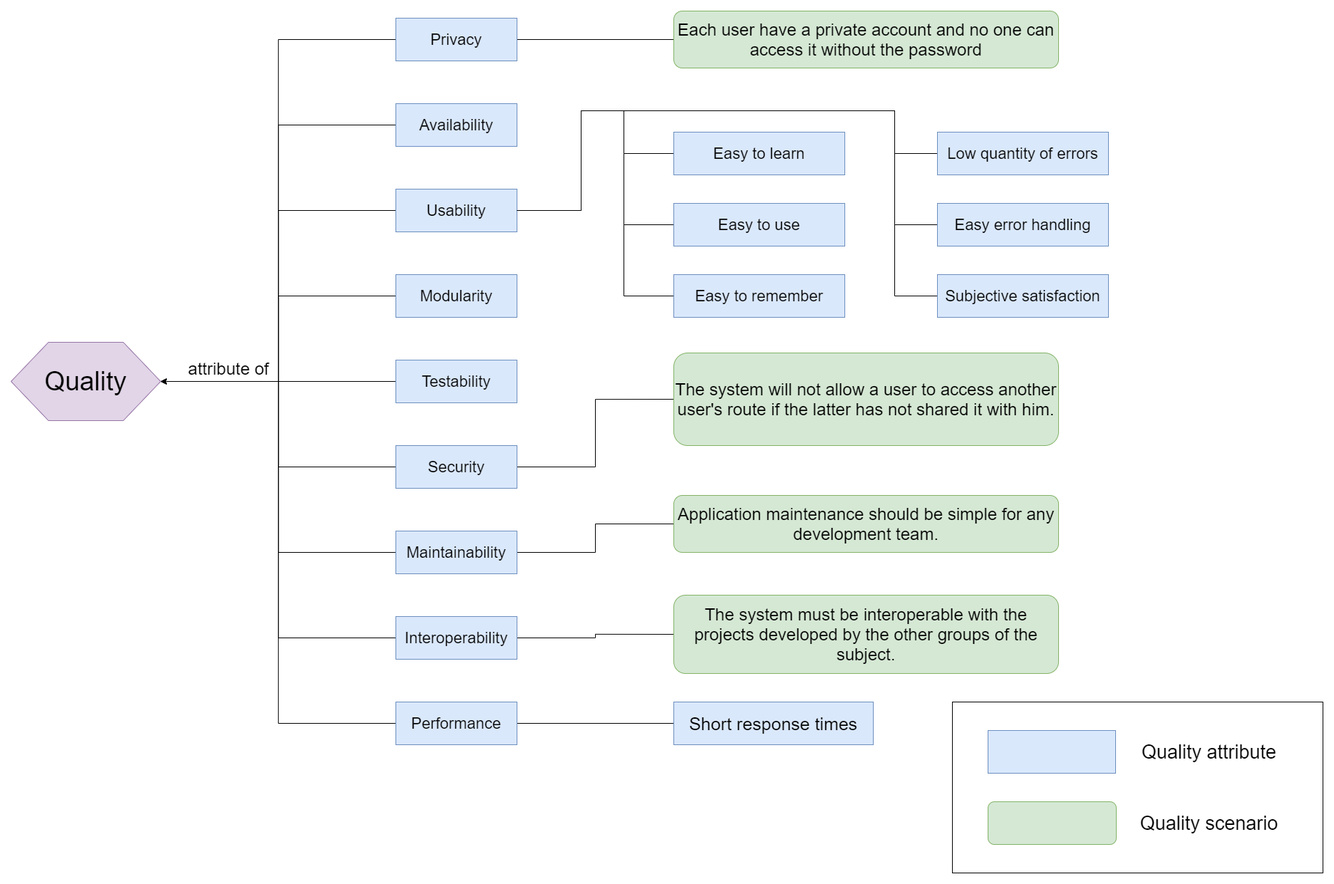
The draw.io diagram src/docs/images/10-ATAM.png in Arquisoft/viade_es2a, before a commit. Source tidied: cells renumbered, new cells last; positions are measured from the earlier drawing's top-left corner, leaving out a move shared by most shapes. The source it was exported from:
```xml
<mxGraphModel>
  <root>
    <mxCell id="0" />
    <mxCell id="1" parent="0" />
    <mxCell id="2" style="edgeStyle=orthogonalEdgeStyle;rounded=0;jettySize=auto;html=1;entryX=1;entryY=0.5;entryDx=0;entryDy=0;fontSize=22;" parent="1" edge="1" source="4" target="25">
      <mxGeometry relative="1" as="geometry" />
    </mxCell>
    <mxCell id="3" style="edgeStyle=orthogonalEdgeStyle;rounded=0;jettySize=auto;html=1;endArrow=none;endFill=0;" parent="1" edge="1" source="4" target="43">
      <mxGeometry relative="1" as="geometry" />
    </mxCell>
    <mxCell id="4" value="Performance" style="rounded=0;whiteSpace=wrap;html=1;fontSize=22;fillColor=#dae8fc;strokeColor=#6c8ebf;" parent="1" vertex="1">
      <mxGeometry x="540" y="970" width="170" height="60" as="geometry" />
    </mxCell>
    <mxCell id="5" style="edgeStyle=orthogonalEdgeStyle;rounded=0;jettySize=auto;html=1;entryX=1;entryY=0.5;entryDx=0;entryDy=0;fontSize=22;" parent="1" edge="1" source="7" target="25">
      <mxGeometry relative="1" as="geometry" />
    </mxCell>
    <mxCell id="6" style="edgeStyle=orthogonalEdgeStyle;rounded=0;jettySize=auto;html=1;entryX=0;entryY=0.5;entryDx=0;entryDy=0;endArrow=none;endFill=0;" parent="1" edge="1" source="7" target="42">
      <mxGeometry relative="1" as="geometry" />
    </mxCell>
    <mxCell id="7" value="Interoperability" style="rounded=0;whiteSpace=wrap;html=1;fontSize=22;fillColor=#dae8fc;strokeColor=#6c8ebf;" parent="1" vertex="1">
      <mxGeometry x="540" y="850" width="170" height="60" as="geometry" />
    </mxCell>
    <mxCell id="8" style="edgeStyle=orthogonalEdgeStyle;rounded=0;jettySize=auto;html=1;entryX=1;entryY=0.5;entryDx=0;entryDy=0;fontSize=22;" parent="1" edge="1" source="10" target="25">
      <mxGeometry relative="1" as="geometry" />
    </mxCell>
    <mxCell id="9" style="edgeStyle=orthogonalEdgeStyle;rounded=0;jettySize=auto;html=1;endArrow=none;endFill=0;" parent="1" edge="1" source="10" target="44">
      <mxGeometry relative="1" as="geometry" />
    </mxCell>
    <mxCell id="10" value="Maintainability" style="rounded=0;whiteSpace=wrap;html=1;fontSize=22;fillColor=#dae8fc;strokeColor=#6c8ebf;" parent="1" vertex="1">
      <mxGeometry x="540" y="730" width="170" height="60" as="geometry" />
    </mxCell>
    <mxCell id="11" style="edgeStyle=orthogonalEdgeStyle;rounded=0;jettySize=auto;html=1;entryX=1;entryY=0.5;entryDx=0;entryDy=0;fontSize=22;" parent="1" edge="1" source="13" target="25">
      <mxGeometry relative="1" as="geometry" />
    </mxCell>
    <mxCell id="12" style="edgeStyle=orthogonalEdgeStyle;rounded=0;jettySize=auto;html=1;entryX=0;entryY=0.5;entryDx=0;entryDy=0;endArrow=none;endFill=0;" parent="1" edge="1" source="13" target="40">
      <mxGeometry relative="1" as="geometry" />
    </mxCell>
    <mxCell id="13" value="Security" style="rounded=0;whiteSpace=wrap;html=1;fontSize=22;fillColor=#dae8fc;strokeColor=#6c8ebf;" parent="1" vertex="1">
      <mxGeometry x="540" y="610" width="170" height="60" as="geometry" />
    </mxCell>
    <mxCell id="14" style="edgeStyle=orthogonalEdgeStyle;rounded=0;jettySize=auto;html=1;entryX=1;entryY=0.5;entryDx=0;entryDy=0;fontSize=22;" parent="1" edge="1" source="15" target="25">
      <mxGeometry relative="1" as="geometry" />
    </mxCell>
    <mxCell id="15" value="Testability" style="rounded=0;whiteSpace=wrap;html=1;fontSize=22;fillColor=#dae8fc;strokeColor=#6c8ebf;" parent="1" vertex="1">
      <mxGeometry x="540" y="490" width="170" height="60" as="geometry" />
    </mxCell>
    <mxCell id="16" style="edgeStyle=orthogonalEdgeStyle;rounded=0;jettySize=auto;html=1;entryX=1;entryY=0.5;entryDx=0;entryDy=0;fontSize=22;" parent="1" edge="1" source="17" target="25">
      <mxGeometry relative="1" as="geometry" />
    </mxCell>
    <mxCell id="17" value="Modularity" style="rounded=0;whiteSpace=wrap;html=1;fontSize=22;fillColor=#dae8fc;strokeColor=#6c8ebf;" parent="1" vertex="1">
      <mxGeometry x="540" y="370" width="170" height="60" as="geometry" />
    </mxCell>
    <mxCell id="18" style="edgeStyle=orthogonalEdgeStyle;rounded=0;jettySize=auto;html=1;entryX=1;entryY=0.5;entryDx=0;entryDy=0;fontSize=22;" parent="1" edge="1" source="19" target="25">
      <mxGeometry relative="1" as="geometry" />
    </mxCell>
    <mxCell id="19" value="Usability" style="rounded=0;whiteSpace=wrap;html=1;fontSize=22;fillColor=#dae8fc;strokeColor=#6c8ebf;" parent="1" vertex="1">
      <mxGeometry x="540" y="250" width="170" height="60" as="geometry" />
    </mxCell>
    <mxCell id="20" style="edgeStyle=orthogonalEdgeStyle;rounded=0;jettySize=auto;html=1;entryX=1;entryY=0.5;entryDx=0;entryDy=0;fontSize=22;" parent="1" edge="1" source="21" target="25">
      <mxGeometry relative="1" as="geometry" />
    </mxCell>
    <mxCell id="21" value="Availability" style="rounded=0;whiteSpace=wrap;html=1;fontSize=22;fillColor=#dae8fc;strokeColor=#6c8ebf;" parent="1" vertex="1">
      <mxGeometry x="540" y="130" width="170" height="60" as="geometry" />
    </mxCell>
    <mxCell id="22" style="edgeStyle=orthogonalEdgeStyle;rounded=0;jettySize=auto;html=1;entryX=1;entryY=0.5;entryDx=0;entryDy=0;fontSize=22;endArrow=none;endFill=0;" parent="1" edge="1" source="24" target="25">
      <mxGeometry relative="1" as="geometry" />
    </mxCell>
    <mxCell id="23" style="edgeStyle=orthogonalEdgeStyle;rounded=0;jettySize=auto;html=1;entryX=0;entryY=0.5;entryDx=0;entryDy=0;endArrow=none;endFill=0;fontSize=24;" parent="1" edge="1" source="24" target="27">
      <mxGeometry relative="1" as="geometry" />
    </mxCell>
    <mxCell id="24" value="&lt;div&gt;Privacy&lt;/div&gt;" style="rounded=0;whiteSpace=wrap;html=1;fontSize=22;fillColor=#dae8fc;strokeColor=#6c8ebf;" parent="1" vertex="1">
      <mxGeometry x="540" y="10" width="170" height="60" as="geometry" />
    </mxCell>
    <mxCell id="25" value="Quality" style="text;html=1;strokeColor=none;fillColor=none;align=center;verticalAlign=middle;whiteSpace=wrap;rounded=0;fontSize=30;" parent="1" vertex="1">
      <mxGeometry x="100" y="465" width="110" height="110" as="geometry" />
    </mxCell>
    <mxCell id="26" value="&lt;font style=&quot;font-size: 24px&quot;&gt;attribute of&lt;/font&gt;" style="text;html=1;align=center;verticalAlign=middle;fontSize=30;" parent="1" vertex="1">
      <mxGeometry x="240" y="480" width="130" height="40" as="geometry" />
    </mxCell>
    <mxCell id="27" value="&lt;font style=&quot;font-size: 24px;&quot;&gt;Each user have a private account and no one can access it without the password&lt;/font&gt;" style="rounded=1;whiteSpace=wrap;html=1;fontSize=24;fillColor=#d5e8d4;strokeColor=#82b366;" parent="1" vertex="1">
      <mxGeometry x="930" width="540" height="80" as="geometry" />
    </mxCell>
    <mxCell id="28" style="edgeStyle=orthogonalEdgeStyle;rounded=0;jettySize=auto;html=1;endArrow=none;endFill=0;" parent="1" edge="1" source="29">
      <mxGeometry relative="1" as="geometry">
        <mxPoint x="860" y="140" as="targetPoint" />
      </mxGeometry>
    </mxCell>
    <mxCell id="29" value="Easy to learn" style="rounded=0;whiteSpace=wrap;html=1;fontSize=22;fillColor=#dae8fc;strokeColor=#6c8ebf;" parent="1" vertex="1">
      <mxGeometry x="930" y="170" width="240" height="60" as="geometry" />
    </mxCell>
    <mxCell id="30" style="edgeStyle=orthogonalEdgeStyle;rounded=0;jettySize=auto;html=1;endArrow=none;endFill=0;fontSize=24;" parent="1" edge="1" source="31">
      <mxGeometry relative="1" as="geometry">
        <mxPoint x="710" y="280" as="targetPoint" />
        <Array as="points">
          <mxPoint x="1240" y="200" />
          <mxPoint x="1240" y="140" />
          <mxPoint x="800" y="140" />
          <mxPoint x="800" y="280" />
        </Array>
      </mxGeometry>
    </mxCell>
    <mxCell id="31" value="Low quantity of errors" style="rounded=0;whiteSpace=wrap;html=1;fontSize=22;" parent="1" vertex="1">
      <mxGeometry x="1300" y="170" width="240" height="60" as="geometry" />
    </mxCell>
    <mxCell id="32" style="edgeStyle=orthogonalEdgeStyle;rounded=0;jettySize=auto;html=1;endArrow=none;endFill=0;" parent="1" edge="1" source="33">
      <mxGeometry relative="1" as="geometry">
        <mxPoint x="860" y="270" as="targetPoint" />
      </mxGeometry>
    </mxCell>
    <mxCell id="33" value="Easy to remember" style="rounded=0;whiteSpace=wrap;html=1;fontSize=22;" parent="1" vertex="1">
      <mxGeometry x="930" y="370" width="240" height="60" as="geometry" />
    </mxCell>
    <mxCell id="34" style="edgeStyle=orthogonalEdgeStyle;rounded=0;jettySize=auto;html=1;endArrow=none;endFill=0;" parent="1" edge="1" source="35">
      <mxGeometry relative="1" as="geometry">
        <mxPoint x="860" y="200" as="targetPoint" />
      </mxGeometry>
    </mxCell>
    <mxCell id="35" value="Easy to use" style="rounded=0;whiteSpace=wrap;html=1;fontSize=22;fillColor=#dae8fc;strokeColor=#6c8ebf;" parent="1" vertex="1">
      <mxGeometry x="930" y="270" width="240" height="60" as="geometry" />
    </mxCell>
    <mxCell id="36" style="edgeStyle=orthogonalEdgeStyle;rounded=0;jettySize=auto;html=1;endArrow=none;endFill=0;fontSize=24;" parent="1" edge="1" source="37">
      <mxGeometry relative="1" as="geometry">
        <mxPoint x="710" y="280" as="targetPoint" />
        <Array as="points">
          <mxPoint x="1240" y="300" />
          <mxPoint x="1240" y="140" />
          <mxPoint x="800" y="140" />
          <mxPoint x="800" y="280" />
        </Array>
      </mxGeometry>
    </mxCell>
    <mxCell id="37" value="Easy error handling" style="rounded=0;whiteSpace=wrap;html=1;fontSize=22;fillColor=#dae8fc;strokeColor=#6c8ebf;" parent="1" vertex="1">
      <mxGeometry x="1300" y="270" width="240" height="60" as="geometry" />
    </mxCell>
    <mxCell id="38" style="edgeStyle=orthogonalEdgeStyle;rounded=0;jettySize=auto;html=1;entryX=1;entryY=0.5;entryDx=0;entryDy=0;endArrow=none;endFill=0;fontSize=24;" parent="1" edge="1" source="39" target="19">
      <mxGeometry relative="1" as="geometry">
        <Array as="points">
          <mxPoint x="1240" y="400" />
          <mxPoint x="1240" y="140" />
          <mxPoint x="800" y="140" />
          <mxPoint x="800" y="280" />
        </Array>
      </mxGeometry>
    </mxCell>
    <mxCell id="39" value="Subjective satisfaction" style="rounded=0;whiteSpace=wrap;html=1;fontSize=22;fillColor=#dae8fc;strokeColor=#6c8ebf;" parent="1" vertex="1">
      <mxGeometry x="1300" y="370" width="240" height="60" as="geometry" />
    </mxCell>
    <mxCell id="40" value="The system will not allow a user to access another user's route if the latter has not shared it with him." style="rounded=1;whiteSpace=wrap;html=1;fontSize=24;fillColor=#d5e8d4;strokeColor=#82b366;" parent="1" vertex="1">
      <mxGeometry x="930" y="480" width="540" height="130" as="geometry" />
    </mxCell>
    <mxCell id="41" value="Easy to remember" style="rounded=0;whiteSpace=wrap;html=1;fontSize=22;fillColor=#dae8fc;strokeColor=#6c8ebf;" parent="1" vertex="1">
      <mxGeometry x="930" y="370" width="240" height="60" as="geometry" />
    </mxCell>
    <mxCell id="42" value="The system must be interoperable with the projects developed by the other groups of the subject." style="rounded=1;whiteSpace=wrap;html=1;fontSize=24;fillColor=#d5e8d4;strokeColor=#82b366;" parent="1" vertex="1">
      <mxGeometry x="930" y="820" width="540" height="110" as="geometry" />
    </mxCell>
    <mxCell id="43" value="&lt;font style=&quot;font-size: 25px&quot;&gt;Short response times&lt;/font&gt;" style="rounded=0;whiteSpace=wrap;html=1;fontSize=22;" parent="1" vertex="1">
      <mxGeometry x="930" y="970" width="280" height="60" as="geometry" />
    </mxCell>
    <mxCell id="44" value="Application maintenance should be simple for any development team. " style="rounded=1;whiteSpace=wrap;html=1;fontSize=24;fillColor=#d5e8d4;strokeColor=#82b366;" parent="1" vertex="1">
      <mxGeometry x="930" y="680" width="540" height="80" as="geometry" />
    </mxCell>
    <mxCell id="45" value="Quality" style="shape=hexagon;perimeter=hexagonPerimeter2;whiteSpace=wrap;html=1;fontSize=37;fillColor=#e1d5e7;strokeColor=#9673a6;" parent="1" vertex="1">
      <mxGeometry y="465" width="210" height="110" as="geometry" />
    </mxCell>
    <mxCell id="46" style="rounded=0;whiteSpace=wrap;html=1;fontSize=27;" parent="1" vertex="1">
      <mxGeometry x="1321" y="970" width="520" height="240" as="geometry" />
    </mxCell>
    <mxCell id="47" style="rounded=0;whiteSpace=wrap;html=1;fontSize=27;fillColor=#dae8fc;strokeColor=#6c8ebf;" parent="1" vertex="1">
      <mxGeometry x="1371" y="1010" width="179" height="60" as="geometry" />
    </mxCell>
    <mxCell id="48" value="Quality attribute" style="text;html=1;align=center;verticalAlign=middle;fontSize=27;" parent="1" vertex="1">
      <mxGeometry x="1581" y="1020" width="200" height="40" as="geometry" />
    </mxCell>
    <mxCell id="49" style="rounded=1;whiteSpace=wrap;html=1;fontSize=27;fillColor=#d5e8d4;strokeColor=#82b366;" parent="1" vertex="1">
      <mxGeometry x="1371" y="1110" width="180" height="60" as="geometry" />
    </mxCell>
    <mxCell id="50" value="Quality scenario" style="text;html=1;align=center;verticalAlign=middle;fontSize=27;" parent="1" vertex="1">
      <mxGeometry x="1576" y="1120" width="210" height="40" as="geometry" />
    </mxCell>
    <mxCell id="51" value="Low quantity of errors" style="rounded=0;whiteSpace=wrap;html=1;fontSize=22;fillColor=#dae8fc;strokeColor=#6c8ebf;" parent="1" vertex="1">
      <mxGeometry x="1300" y="170" width="240" height="60" as="geometry" />
    </mxCell>
    <mxCell id="52" value="&lt;font style=&quot;font-size: 25px&quot;&gt;Short response times&lt;/font&gt;" style="rounded=0;whiteSpace=wrap;html=1;fontSize=22;fillColor=#dae8fc;strokeColor=#6c8ebf;" parent="1" vertex="1">
      <mxGeometry x="930" y="970" width="280" height="60" as="geometry" />
    </mxCell>
  </root>
</mxGraphModel>
```
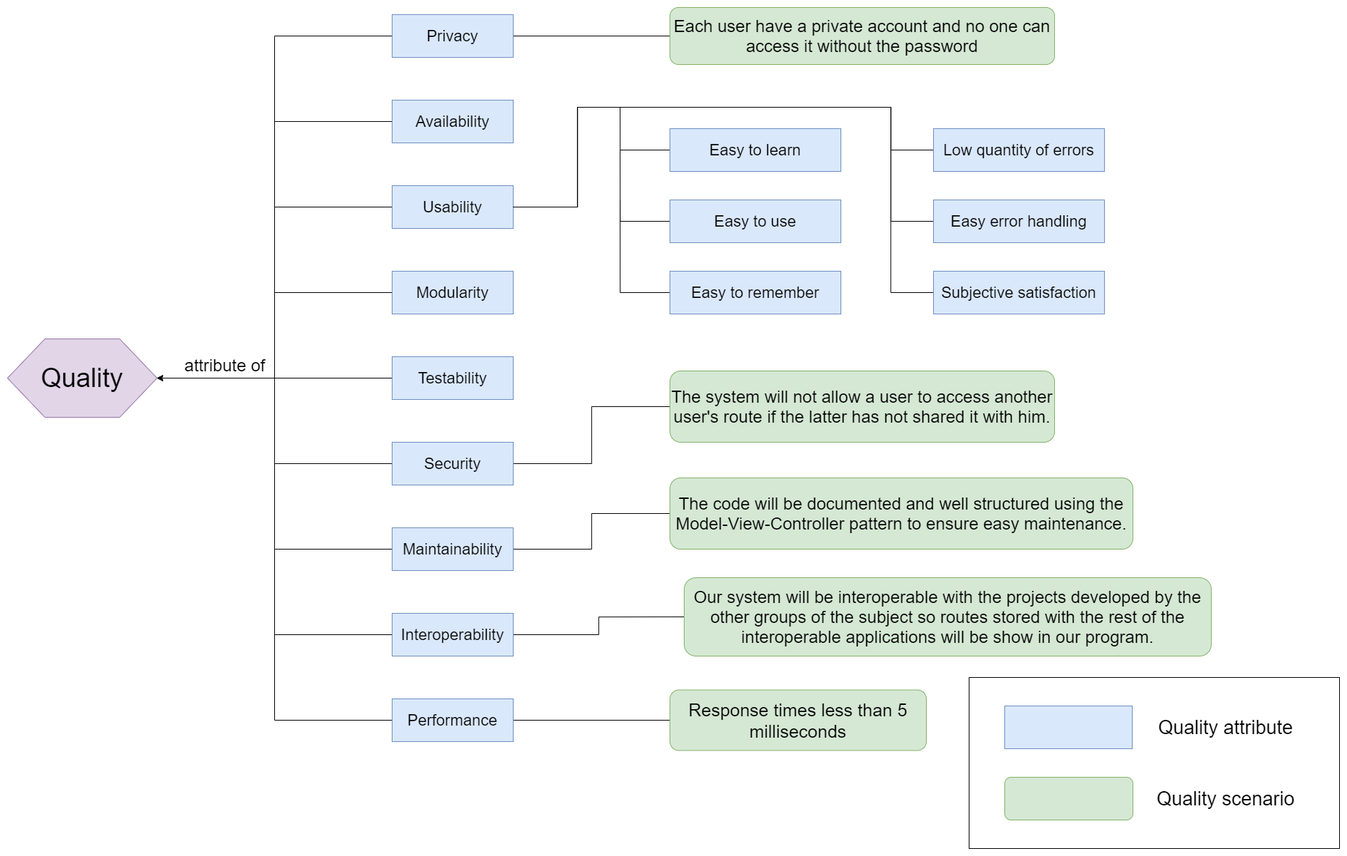
The same diagram one commit later.

Diff of the diagram source:
```diff
@@ -146,43 +146,43 @@
       <mxGeometry x="1300" y="370" width="240" height="60" as="geometry" />
     </mxCell>
     <mxCell id="40" value="The system will not allow a user to access another user's route if the latter has not shared it with him." style="rounded=1;whiteSpace=wrap;html=1;fontSize=24;fillColor=#d5e8d4;strokeColor=#82b366;" parent="1" vertex="1">
-      <mxGeometry x="930" y="480" width="540" height="130" as="geometry" />
+      <mxGeometry x="930" y="510" width="540" height="100" as="geometry" />
     </mxCell>
     <mxCell id="41" value="Easy to remember" style="rounded=0;whiteSpace=wrap;html=1;fontSize=22;fillColor=#dae8fc;strokeColor=#6c8ebf;" parent="1" vertex="1">
       <mxGeometry x="930" y="370" width="240" height="60" as="geometry" />
     </mxCell>
-    <mxCell id="42" value="The system must be interoperable with the projects developed by the other groups of the subject." style="rounded=1;whiteSpace=wrap;html=1;fontSize=24;fillColor=#d5e8d4;strokeColor=#82b366;" parent="1" vertex="1">
-      <mxGeometry x="930" y="820" width="540" height="110" as="geometry" />
+    <mxCell id="42" value="Our system will be interoperable with the projects developed by the other groups of the subject so routes stored with the rest of the interoperable applications will be show in our program." style="rounded=1;whiteSpace=wrap;html=1;fontSize=24;fillColor=#d5e8d4;strokeColor=#82b366;" parent="1" vertex="1">
+      <mxGeometry x="950" y="800" width="740" height="110" as="geometry" />
     </mxCell>
     <mxCell id="43" value="&lt;font style=&quot;font-size: 25px&quot;&gt;Short response times&lt;/font&gt;" style="rounded=0;whiteSpace=wrap;html=1;fontSize=22;" parent="1" vertex="1">
       <mxGeometry x="930" y="970" width="280" height="60" as="geometry" />
     </mxCell>
-    <mxCell id="44" value="Application maintenance should be simple for any development team. " style="rounded=1;whiteSpace=wrap;html=1;fontSize=24;fillColor=#d5e8d4;strokeColor=#82b366;" parent="1" vertex="1">
-      <mxGeometry x="930" y="680" width="540" height="80" as="geometry" />
+    <mxCell id="44" value="The code will be documented and well structured using the Model-View-Controller pattern to ensure easy maintenance." style="rounded=1;whiteSpace=wrap;html=1;fontSize=24;fillColor=#d5e8d4;strokeColor=#82b366;" parent="1" vertex="1">
+      <mxGeometry x="930" y="660" width="650" height="100" as="geometry" />
     </mxCell>
     <mxCell id="45" value="Quality" style="shape=hexagon;perimeter=hexagonPerimeter2;whiteSpace=wrap;html=1;fontSize=37;fillColor=#e1d5e7;strokeColor=#9673a6;" parent="1" vertex="1">
       <mxGeometry y="465" width="210" height="110" as="geometry" />
     </mxCell>
     <mxCell id="46" style="rounded=0;whiteSpace=wrap;html=1;fontSize=27;" parent="1" vertex="1">
-      <mxGeometry x="1321" y="970" width="520" height="240" as="geometry" />
+      <mxGeometry x="1350" y="940" width="520" height="240" as="geometry" />
     </mxCell>
     <mxCell id="47" style="rounded=0;whiteSpace=wrap;html=1;fontSize=27;fillColor=#dae8fc;strokeColor=#6c8ebf;" parent="1" vertex="1">
-      <mxGeometry x="1371" y="1010" width="179" height="60" as="geometry" />
+      <mxGeometry x="1400" y="980" width="179" height="60" as="geometry" />
     </mxCell>
     <mxCell id="48" value="Quality attribute" style="text;html=1;align=center;verticalAlign=middle;fontSize=27;" parent="1" vertex="1">
-      <mxGeometry x="1581" y="1020" width="200" height="40" as="geometry" />
+      <mxGeometry x="1610" y="990" width="200" height="40" as="geometry" />
     </mxCell>
     <mxCell id="49" style="rounded=1;whiteSpace=wrap;html=1;fontSize=27;fillColor=#d5e8d4;strokeColor=#82b366;" parent="1" vertex="1">
-      <mxGeometry x="1371" y="1110" width="180" height="60" as="geometry" />
+      <mxGeometry x="1400" y="1080" width="180" height="60" as="geometry" />
     </mxCell>
     <mxCell id="50" value="Quality scenario" style="text;html=1;align=center;verticalAlign=middle;fontSize=27;" parent="1" vertex="1">
-      <mxGeometry x="1576" y="1120" width="210" height="40" as="geometry" />
+      <mxGeometry x="1605" y="1090" width="210" height="40" as="geometry" />
     </mxCell>
     <mxCell id="51" value="Low quantity of errors" style="rounded=0;whiteSpace=wrap;html=1;fontSize=22;fillColor=#dae8fc;strokeColor=#6c8ebf;" parent="1" vertex="1">
       <mxGeometry x="1300" y="170" width="240" height="60" as="geometry" />
     </mxCell>
-    <mxCell id="52" value="&lt;font style=&quot;font-size: 25px&quot;&gt;Short response times&lt;/font&gt;" style="rounded=0;whiteSpace=wrap;html=1;fontSize=22;fillColor=#dae8fc;strokeColor=#6c8ebf;" parent="1" vertex="1">
-      <mxGeometry x="930" y="970" width="280" height="60" as="geometry" />
-    </mxCell>
+    <mxCell id="53" value="&lt;span style=&quot;font-size: 25px&quot;&gt;Response times less than 5 milliseconds&lt;/span&gt;" style="rounded=1;whiteSpace=wrap;html=1;fontSize=24;fillColor=#d5e8d4;strokeColor=#82b366;" parent="1" vertex="1">
+      <mxGeometry x="930" y="957.5" width="360" height="85" as="geometry" />
+    </mxCell>
   </root>
 </mxGraphModel>
```
